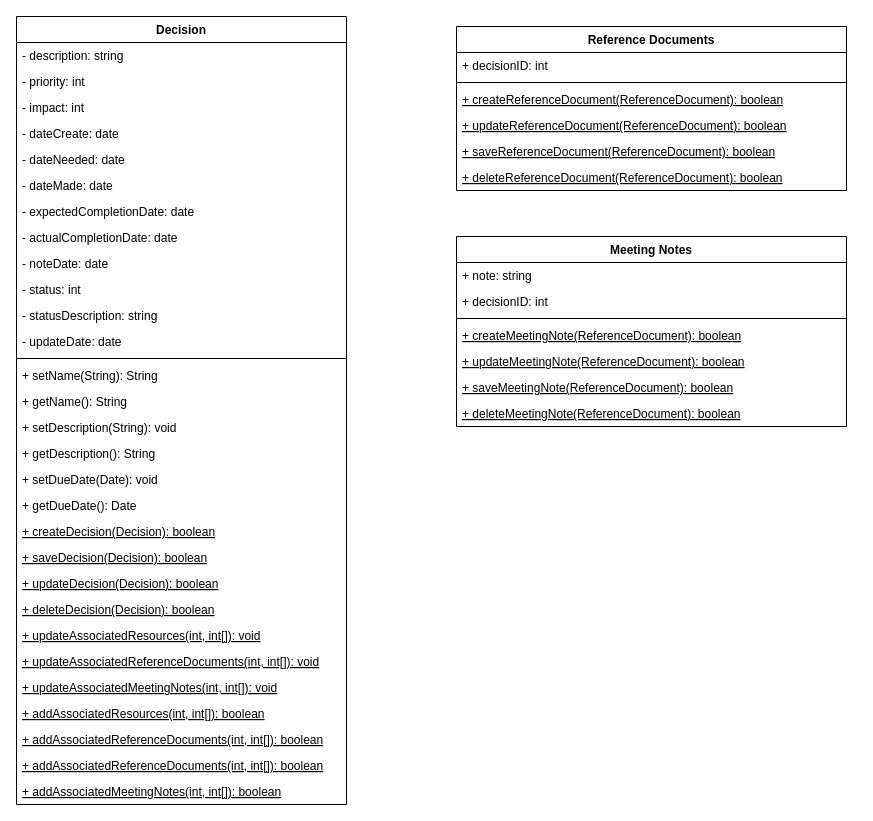
alicebalayan/comp380---project3 keeps this draw.io diagram as diagrams/umlAlice.drawio. Above is the earlier version. Source tidied: cells renumbered, new cells numbered last; positions are measured from the earlier drawing's top-left corner, leaving out a move shared by most shapes. Both pictures are drawn from the tidied source at 100%, with x=0, y=0 at pixel (16, 16).
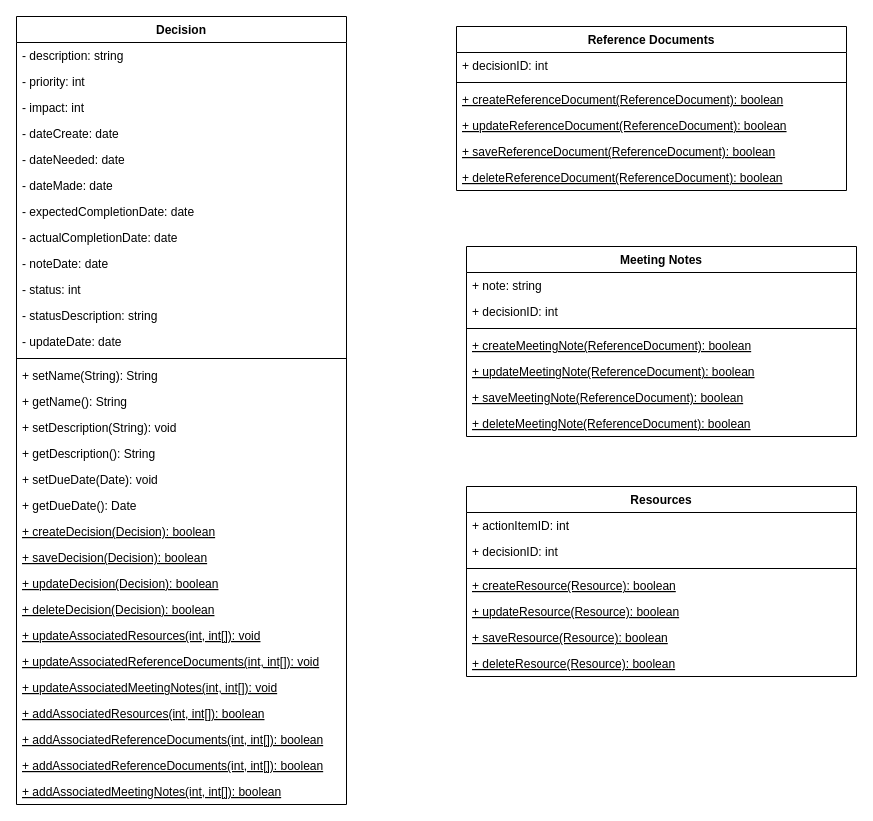
The same diagram, later.

The edit, as a diff of the source:
```diff
@@
+    <mxCell id="48" value="Meeting Notes" style="swimlane;fontStyle=1;align=center;verticalAlign=top;horizontal=1;startSize=26;" parent="1" vertex="1">
+      <mxGeometry x="450" y="230" width="390" height="190" as="geometry" />
+    </mxCell>
+    <mxCell id="49" value="+ note: string" style="text;strokeColor=none;fillColor=none;align=left;verticalAlign=top;spacingLeft=4;spacingRight=4;overflow=hidden;" parent="48" vertex="1">
+      <mxGeometry y="26" width="390" height="26" as="geometry" />
+    </mxCell>
+    <mxCell id="50" value="+ decisionID: int" style="text;strokeColor=none;fillColor=none;align=left;verticalAlign=top;spacingLeft=4;spacingRight=4;overflow=hidden;" parent="48" vertex="1">
+      <mxGeometry y="52" width="390" height="26" as="geometry" />
+    </mxCell>
+    <mxCell id="51" style="line;strokeWidth=1;fillColor=none;align=left;verticalAlign=middle;spacingTop=-1;spacingLeft=3;spacingRight=3;labelPosition=right;" parent="48" vertex="1">
+      <mxGeometry y="78" width="390" height="8" as="geometry" />
+    </mxCell>
+    <mxCell id="52" value="+ createMeetingNote(ReferenceDocument): boolean" style="text;strokeColor=none;fillColor=none;align=left;verticalAlign=top;spacingLeft=4;spacingRight=4;overflow=hidden;fontStyle=4;" parent="48" vertex="1">
+      <mxGeometry y="86" width="390" height="26" as="geometry" />
+    </mxCell>
+    <mxCell id="53" value="+ updateMeetingNote(ReferenceDocument): boolean" style="text;strokeColor=none;fillColor=none;align=left;verticalAlign=top;spacingLeft=4;spacingRight=4;overflow=hidden;fontStyle=4;" parent="48" vertex="1">
+      <mxGeometry y="112" width="390" height="26" as="geometry" />
+    </mxCell>
+    <mxCell id="54" value="+ saveMeetingNote(ReferenceDocument): boolean" style="text;strokeColor=none;fillColor=none;align=left;verticalAlign=top;spacingLeft=4;spacingRight=4;overflow=hidden;fontStyle=4;" parent="48" vertex="1">
+      <mxGeometry y="138" width="390" height="26" as="geometry" />
+    </mxCell>
+    <mxCell id="55" value="+ deleteMeetingNote(ReferenceDocument): boolean" style="text;strokeColor=none;fillColor=none;align=left;verticalAlign=top;spacingLeft=4;spacingRight=4;overflow=hidden;fontStyle=4;" parent="48" vertex="1">
+      <mxGeometry y="164" width="390" height="26" as="geometry" />
+    </mxCell>
-    <mxCell id="40" value="Meeting Notes" style="swimlane;fontStyle=1;align=center;verticalAlign=top;horizontal=1;startSize=26;" parent="1" vertex="1">
-      <mxGeometry x="440" y="220" width="390" height="190" as="geometry" />
+    <mxCell id="40" value="Resources" style="swimlane;fontStyle=1;align=center;verticalAlign=top;horizontal=1;startSize=26;" parent="1" vertex="1">
+      <mxGeometry x="450" y="470" width="390" height="190" as="geometry" />
     </mxCell>
-    <mxCell id="41" value="+ note: string" style="text;strokeColor=none;fillColor=none;align=left;verticalAlign=top;spacingLeft=4;spacingRight=4;overflow=hidden;" parent="40" vertex="1">
+    <mxCell id="41" value="+ actionItemID: int" style="text;strokeColor=none;fillColor=none;align=left;verticalAlign=top;spacingLeft=4;spacingRight=4;overflow=hidden;" parent="40" vertex="1">
       <mxGeometry y="26" width="390" height="26" as="geometry" />
     </mxCell>
@@
-    <mxCell id="44" value="+ createMeetingNote(ReferenceDocument): boolean" style="text;strokeColor=none;fillColor=none;align=left;verticalAlign=top;spacingLeft=4;spacingRight=4;overflow=hidden;fontStyle=4;" parent="40" vertex="1">
+    <mxCell id="44" value="+ createResource(Resource): boolean" style="text;strokeColor=none;fillColor=none;align=left;verticalAlign=top;spacingLeft=4;spacingRight=4;overflow=hidden;fontStyle=4;" parent="40" vertex="1">
       <mxGeometry y="86" width="390" height="26" as="geometry" />
     </mxCell>
-    <mxCell id="45" value="+ updateMeetingNote(ReferenceDocument): boolean" style="text;strokeColor=none;fillColor=none;align=left;verticalAlign=top;spacingLeft=4;spacingRight=4;overflow=hidden;fontStyle=4;" parent="40" vertex="1">
+    <mxCell id="45" value="+ updateResource(Resource): boolean" style="text;strokeColor=none;fillColor=none;align=left;verticalAlign=top;spacingLeft=4;spacingRight=4;overflow=hidden;fontStyle=4;" parent="40" vertex="1">
       <mxGeometry y="112" width="390" height="26" as="geometry" />
     </mxCell>
-    <mxCell id="46" value="+ saveMeetingNote(ReferenceDocument): boolean" style="text;strokeColor=none;fillColor=none;align=left;verticalAlign=top;spacingLeft=4;spacingRight=4;overflow=hidden;fontStyle=4;" parent="40" vertex="1">
+    <mxCell id="46" value="+ saveResource(Resource): boolean" style="text;strokeColor=none;fillColor=none;align=left;verticalAlign=top;spacingLeft=4;spacingRight=4;overflow=hidden;fontStyle=4;" parent="40" vertex="1">
       <mxGeometry y="138" width="390" height="26" as="geometry" />
     </mxCell>
-    <mxCell id="47" value="+ deleteMeetingNote(ReferenceDocument): boolean" style="text;strokeColor=none;fillColor=none;align=left;verticalAlign=top;spacingLeft=4;spacingRight=4;overflow=hidden;fontStyle=4;" parent="40" vertex="1">
+    <mxCell id="47" value="+ deleteResource(Resource): boolean" style="text;strokeColor=none;fillColor=none;align=left;verticalAlign=top;spacingLeft=4;spacingRight=4;overflow=hidden;fontStyle=4;" parent="40" vertex="1">
       <mxGeometry y="164" width="390" height="26" as="geometry" />
     </mxCell>
```
